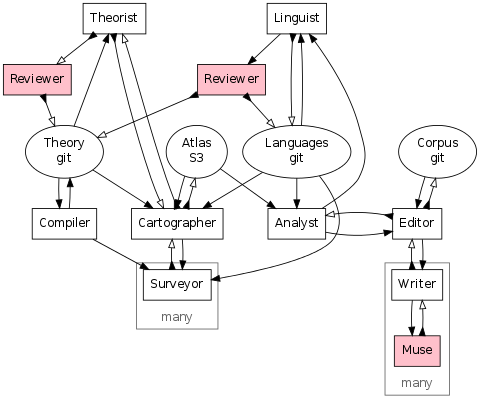
Earlier version of the Graphviz export doc/architecture.png (fritzo/pomagma). Its source is kept beside it as doc/architecture.dot.
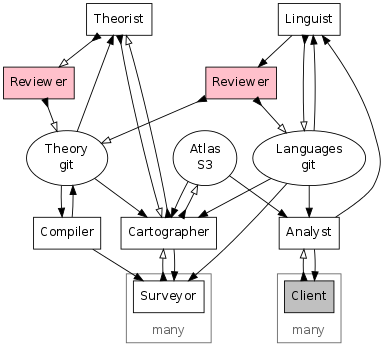
The same file after the commit.

Commit message:
Expunge doc references to editor and corpus

Diff of the diagram source:
```diff
@@ -1,9 +1,7 @@
 digraph G {
     overlap=false;
-    size="5,5";
+    size="4,4";
     node [shape=box];
-
-
 
     {
         rank="min";
@@ -21,14 +19,12 @@
         Languages [label="Languages\ngit"];
         Theory [label="Theory\ngit"];
         Atlas [label="Atlas\nS3"];
-        Corpus [label="Corpus\ngit"];
     }
-    Compiler;
     {
         rank = "same";
+        Compiler;
         Cartographer;
         Analyst;
-        Editor;
     }
 
     subgraph cluster_survey {
@@ -40,17 +36,14 @@
         labelloc = "b";
     }
 
-    subgraph cluster_write {
-        Writer;
-        Muse1 [label="Muse" style=filled, fillcolor=pink];
-
+    subgraph cluster_client {
+        Client [style=filled, fillcolor=gray];
 
         color = "#666666";
         fontcolor = "#666666";
         label = "many";
         labelloc = "b";
     }
-
 
     edge [dir=forward arrowhead=normal]; // pull
     Theory -> Compiler;
@@ -75,15 +68,9 @@
     edge [dir=forward arrowhead=normal]; // pull
     Atlas -> Analyst;
     Languages -> Analyst;
-    Corpus -> Editor;
-    Analyst -> Editor;
-    Editor -> Writer;
-    Writer -> Muse1;
+    Analyst -> Client;
     edge [dir=both arrowtail=inv arrowhead=empty]; // push
-    Editor -> Corpus;
-    Editor -> Analyst;
-    Writer -> Editor;
-    Muse1 -> Writer;
+    Client -> Analyst;
 
     edge [dir=forward arrowhead=normal]; // pull
     Analyst -> Linguist;
```
